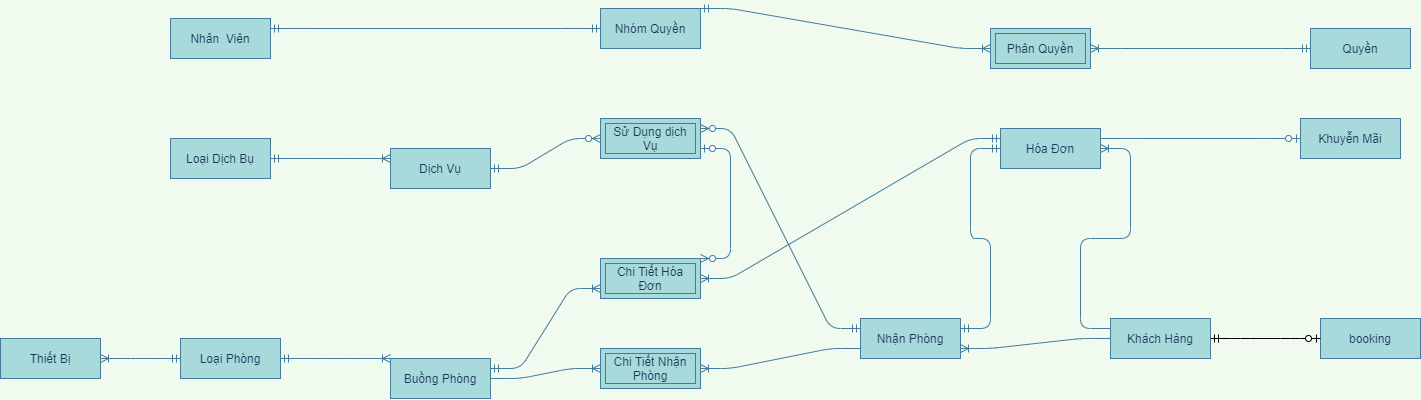
Above: EntityRelationship-QLKS.png in maialino123/QLKS (draw.io), before the change. Source tidied: cells renumbered, new cells last; positions are measured from the earlier drawing's top-left corner, leaving out a move shared by most shapes. Source of this version:
```xml
<mxGraphModel background="#F1FAEE">
  <root>
    <mxCell id="0" />
    <mxCell id="1" parent="0" />
    <mxCell id="2" style="edgeStyle=entityRelationEdgeStyle;fontSize=12;html=1;endArrow=ERoneToMany;startArrow=ERmandOne;strokeColor=#457B9D;fillColor=#A8DADC;labelBackgroundColor=#F1FAEE;fontColor=#1D3557;exitX=1;exitY=0.5;exitDx=0;exitDy=0;entryX=0;entryY=0;entryDx=0;entryDy=0;" parent="1" edge="1" source="30" target="31">
      <mxGeometry relative="1" as="geometry" />
    </mxCell>
    <mxCell id="3" style="edgeStyle=entityRelationEdgeStyle;fontSize=12;html=1;endArrow=ERoneToMany;strokeColor=#457B9D;fillColor=#A8DADC;entryX=1;entryY=0.5;entryDx=0;entryDy=0;labelBackgroundColor=#F1FAEE;fontColor=#1D3557;exitX=0;exitY=0.75;exitDx=0;exitDy=0;" parent="1" edge="1" source="32" target="4">
      <mxGeometry relative="1" as="geometry" />
    </mxCell>
    <mxCell id="4" value="Chi Tiết Nhận Phòng" style="shape=ext;margin=3;double=1;whiteSpace=wrap;html=1;align=center;strokeColor=#457B9D;fillColor=#A8DADC;fontColor=#1D3557;" parent="1" vertex="1">
      <mxGeometry x="600" y="340" width="100" height="40" as="geometry" />
    </mxCell>
    <mxCell id="5" style="edgeStyle=entityRelationEdgeStyle;fontSize=12;html=1;endArrow=ERoneToMany;strokeColor=#457B9D;fillColor=#A8DADC;entryX=0;entryY=0.5;entryDx=0;entryDy=0;labelBackgroundColor=#F1FAEE;fontColor=#1D3557;exitX=1;exitY=0.5;exitDx=0;exitDy=0;" parent="1" edge="1" source="31" target="4">
      <mxGeometry relative="1" as="geometry" />
    </mxCell>
    <mxCell id="6" style="edgeStyle=entityRelationEdgeStyle;fontSize=12;html=1;endArrow=ERoneToMany;strokeColor=#457B9D;fillColor=#A8DADC;labelBackgroundColor=#F1FAEE;fontColor=#1D3557;entryX=1;entryY=0.75;entryDx=0;entryDy=0;exitX=0;exitY=0.5;exitDx=0;exitDy=0;" parent="1" edge="1" source="33" target="32">
      <mxGeometry relative="1" as="geometry" />
    </mxCell>
    <mxCell id="7" style="edgeStyle=entityRelationEdgeStyle;fontSize=12;html=1;endArrow=ERoneToMany;strokeColor=#457B9D;fillColor=#A8DADC;labelBackgroundColor=#F1FAEE;fontColor=#1D3557;exitX=0;exitY=0.25;exitDx=0;exitDy=0;entryX=1;entryY=0.5;entryDx=0;entryDy=0;" parent="1" edge="1" source="33" target="34">
      <mxGeometry relative="1" as="geometry" />
    </mxCell>
    <mxCell id="8" style="edgeStyle=entityRelationEdgeStyle;fontSize=12;html=1;endArrow=ERmandOne;startArrow=ERmandOne;strokeColor=#457B9D;fillColor=#A8DADC;labelBackgroundColor=#F1FAEE;fontColor=#1D3557;exitX=1;exitY=0.25;exitDx=0;exitDy=0;entryX=0;entryY=0.5;entryDx=0;entryDy=0;" parent="1" edge="1" source="32" target="34">
      <mxGeometry relative="1" as="geometry" />
    </mxCell>
    <mxCell id="9" value="Chi Tiết Hóa Đơn" style="shape=ext;margin=3;double=1;whiteSpace=wrap;html=1;align=center;strokeColor=#457B9D;fillColor=#A8DADC;fontColor=#1D3557;" parent="1" vertex="1">
      <mxGeometry x="600" y="250" width="100" height="40" as="geometry" />
    </mxCell>
    <mxCell id="10" style="edgeStyle=entityRelationEdgeStyle;fontSize=12;html=1;endArrow=ERoneToMany;startArrow=ERmandOne;strokeColor=#457B9D;fillColor=#A8DADC;entryX=1;entryY=0.5;entryDx=0;entryDy=0;labelBackgroundColor=#F1FAEE;fontColor=#1D3557;exitX=0;exitY=0.25;exitDx=0;exitDy=0;" parent="1" edge="1" source="34" target="9">
      <mxGeometry relative="1" as="geometry" />
    </mxCell>
    <mxCell id="11" style="edgeStyle=entityRelationEdgeStyle;fontSize=12;html=1;endArrow=ERzeroToOne;endFill=1;strokeColor=#457B9D;fillColor=#A8DADC;labelBackgroundColor=#F1FAEE;fontColor=#1D3557;entryX=0;entryY=0.5;entryDx=0;entryDy=0;exitX=1;exitY=0.25;exitDx=0;exitDy=0;" parent="1" edge="1" source="34" target="28">
      <mxGeometry relative="1" as="geometry" />
    </mxCell>
    <mxCell id="12" style="edgeStyle=entityRelationEdgeStyle;fontSize=12;html=1;endArrow=ERoneToMany;startArrow=ERmandOne;strokeColor=#457B9D;fillColor=#A8DADC;labelBackgroundColor=#F1FAEE;fontColor=#1D3557;entryX=1;entryY=0.5;entryDx=0;entryDy=0;exitX=0;exitY=0.5;exitDx=0;exitDy=0;" parent="1" edge="1" source="30" target="29">
      <mxGeometry relative="1" as="geometry" />
    </mxCell>
    <mxCell id="13" style="edgeStyle=entityRelationEdgeStyle;fontSize=12;html=1;endArrow=ERoneToMany;startArrow=ERmandOne;labelBackgroundColor=#F1FAEE;strokeColor=#457B9D;fontColor=#1D3557;exitX=1;exitY=0.5;exitDx=0;exitDy=0;entryX=0;entryY=0.25;entryDx=0;entryDy=0;" parent="1" edge="1" source="26" target="27">
      <mxGeometry relative="1" as="geometry" />
    </mxCell>
    <mxCell id="14" style="edgeStyle=entityRelationEdgeStyle;fontSize=12;html=1;endArrow=ERzeroToMany;startArrow=ERmandOne;entryX=0;entryY=0.5;entryDx=0;entryDy=0;labelBackgroundColor=#F1FAEE;strokeColor=#457B9D;fontColor=#1D3557;exitX=1;exitY=0.5;exitDx=0;exitDy=0;" parent="1" edge="1" source="27" target="15">
      <mxGeometry relative="1" as="geometry" />
    </mxCell>
    <mxCell id="15" value="Sử Dụng dịch Vụ" style="shape=ext;margin=3;double=1;whiteSpace=wrap;html=1;align=center;strokeColor=#457B9D;fillColor=#A8DADC;fontColor=#1D3557;" parent="1" vertex="1">
      <mxGeometry x="600" y="110" width="100" height="40" as="geometry" />
    </mxCell>
    <mxCell id="16" style="edgeStyle=entityRelationEdgeStyle;fontSize=12;html=1;endArrow=ERzeroToMany;startArrow=ERmandOne;entryX=1;entryY=0.25;entryDx=0;entryDy=0;labelBackgroundColor=#F1FAEE;strokeColor=#457B9D;fontColor=#1D3557;exitX=0;exitY=0.25;exitDx=0;exitDy=0;" parent="1" edge="1" source="32" target="15">
      <mxGeometry relative="1" as="geometry" />
    </mxCell>
    <mxCell id="17" style="edgeStyle=entityRelationEdgeStyle;fontSize=12;html=1;endArrow=ERoneToMany;startArrow=ERmandOne;strokeColor=#457B9D;fillColor=#A8DADC;entryX=0;entryY=0.75;entryDx=0;entryDy=0;exitX=1;exitY=0.25;exitDx=0;exitDy=0;" parent="1" edge="1" source="31" target="9">
      <mxGeometry relative="1" as="geometry" />
    </mxCell>
    <mxCell id="18" style="edgeStyle=entityRelationEdgeStyle;fontSize=12;html=1;endArrow=ERzeroToMany;startArrow=ERzeroToOne;strokeColor=#457B9D;fillColor=#A8DADC;exitX=1;exitY=0.75;exitDx=0;exitDy=0;entryX=1;entryY=0;entryDx=0;entryDy=0;" parent="1" edge="1" source="15" target="9">
      <mxGeometry relative="1" as="geometry" />
    </mxCell>
    <mxCell id="19" style="edgeStyle=entityRelationEdgeStyle;fontSize=12;html=1;endArrow=ERoneToMany;startArrow=ERmandOne;labelBackgroundColor=#F1FAEE;strokeColor=#457B9D;fontColor=#1D3557;entryX=1;entryY=0.5;entryDx=0;entryDy=0;exitX=0;exitY=0.5;exitDx=0;exitDy=0;" parent="1" edge="1" source="24" target="20">
      <mxGeometry relative="1" as="geometry" />
    </mxCell>
    <mxCell id="20" value="Phân Quyền" style="shape=ext;margin=3;double=1;whiteSpace=wrap;html=1;align=center;strokeColor=#457B9D;fillColor=#A8DADC;fontColor=#1D3557;" parent="1" vertex="1">
      <mxGeometry x="990" y="20" width="100" height="40" as="geometry" />
    </mxCell>
    <mxCell id="21" style="edgeStyle=entityRelationEdgeStyle;fontSize=12;html=1;endArrow=ERoneToMany;startArrow=ERmandOne;labelBackgroundColor=#F1FAEE;strokeColor=#457B9D;fontColor=#1D3557;exitX=1;exitY=0;exitDx=0;exitDy=0;entryX=0;entryY=0.5;entryDx=0;entryDy=0;" parent="1" edge="1" source="23" target="20">
      <mxGeometry relative="1" as="geometry" />
    </mxCell>
    <mxCell id="22" style="edgeStyle=entityRelationEdgeStyle;fontSize=12;html=1;endArrow=ERmandOne;startArrow=ERmandOne;strokeColor=#457B9D;fillColor=#A8DADC;exitX=1;exitY=0.25;exitDx=0;exitDy=0;entryX=0;entryY=0.5;entryDx=0;entryDy=0;" parent="1" edge="1" source="25" target="23">
      <mxGeometry relative="1" as="geometry" />
    </mxCell>
    <mxCell id="23" value="Nhóm Quyền" style="whiteSpace=wrap;html=1;align=center;rounded=0;sketch=0;strokeColor=#457B9D;fillColor=#A8DADC;fontColor=#1D3557;" parent="1" vertex="1">
      <mxGeometry x="600" width="100" height="40" as="geometry" />
    </mxCell>
    <mxCell id="24" value="Quyền" style="whiteSpace=wrap;html=1;align=center;rounded=0;sketch=0;strokeColor=#457B9D;fillColor=#A8DADC;fontColor=#1D3557;" parent="1" vertex="1">
      <mxGeometry x="1310" y="20" width="100" height="40" as="geometry" />
    </mxCell>
    <mxCell id="25" value="Nhân&amp;nbsp; Viên" style="whiteSpace=wrap;html=1;align=center;rounded=0;sketch=0;strokeColor=#457B9D;fillColor=#A8DADC;fontColor=#1D3557;" parent="1" vertex="1">
      <mxGeometry x="170" y="10" width="100" height="40" as="geometry" />
    </mxCell>
    <mxCell id="26" value="Loại Dịch Bụ" style="whiteSpace=wrap;html=1;align=center;rounded=0;sketch=0;strokeColor=#457B9D;fillColor=#A8DADC;fontColor=#1D3557;" parent="1" vertex="1">
      <mxGeometry x="170" y="130" width="100" height="40" as="geometry" />
    </mxCell>
    <mxCell id="27" value="Dịch Vụ" style="whiteSpace=wrap;html=1;align=center;rounded=0;sketch=0;strokeColor=#457B9D;fillColor=#A8DADC;fontColor=#1D3557;" parent="1" vertex="1">
      <mxGeometry x="390" y="140" width="100" height="40" as="geometry" />
    </mxCell>
    <mxCell id="28" value="Khuyễn Mãi" style="whiteSpace=wrap;html=1;align=center;rounded=0;sketch=0;strokeColor=#457B9D;fillColor=#A8DADC;fontColor=#1D3557;" parent="1" vertex="1">
      <mxGeometry x="1300" y="110" width="100" height="40" as="geometry" />
    </mxCell>
    <mxCell id="29" value="Thiết Bị" style="whiteSpace=wrap;html=1;align=center;rounded=0;sketch=0;strokeColor=#457B9D;fillColor=#A8DADC;fontColor=#1D3557;" parent="1" vertex="1">
      <mxGeometry y="330" width="100" height="40" as="geometry" />
    </mxCell>
    <mxCell id="30" value="Loại Phòng" style="whiteSpace=wrap;html=1;align=center;rounded=0;sketch=0;strokeColor=#457B9D;fillColor=#A8DADC;fontColor=#1D3557;" parent="1" vertex="1">
      <mxGeometry x="180" y="330" width="100" height="40" as="geometry" />
    </mxCell>
    <mxCell id="31" value="Buồng Phòng" style="whiteSpace=wrap;html=1;align=center;rounded=0;sketch=0;strokeColor=#457B9D;fillColor=#A8DADC;fontColor=#1D3557;" parent="1" vertex="1">
      <mxGeometry x="390" y="350" width="100" height="40" as="geometry" />
    </mxCell>
    <mxCell id="32" value="Nhận Phòng" style="whiteSpace=wrap;html=1;align=center;rounded=0;sketch=0;strokeColor=#457B9D;fillColor=#A8DADC;fontColor=#1D3557;" parent="1" vertex="1">
      <mxGeometry x="860" y="310" width="100" height="40" as="geometry" />
    </mxCell>
    <mxCell id="33" value="Khách Hàng" style="whiteSpace=wrap;html=1;align=center;rounded=0;sketch=0;strokeColor=#457B9D;fillColor=#A8DADC;fontColor=#1D3557;" parent="1" vertex="1">
      <mxGeometry x="1110" y="310" width="100" height="40" as="geometry" />
    </mxCell>
    <mxCell id="34" value="Hóa Đơn" style="whiteSpace=wrap;html=1;align=center;rounded=0;sketch=0;strokeColor=#457B9D;fillColor=#A8DADC;fontColor=#1D3557;" parent="1" vertex="1">
      <mxGeometry x="1000" y="120" width="100" height="40" as="geometry" />
    </mxCell>
    <mxCell id="35" value="booking" style="whiteSpace=wrap;html=1;align=center;rounded=0;sketch=0;strokeColor=#457B9D;fillColor=#A8DADC;fontColor=#1D3557;" parent="1" vertex="1">
      <mxGeometry x="1320" y="310" width="100" height="40" as="geometry" />
    </mxCell>
    <mxCell id="36" style="edgeStyle=entityRelationEdgeStyle;fontSize=12;html=1;endArrow=ERzeroToOne;startArrow=ERmandOne;exitX=1;exitY=0.5;exitDx=0;exitDy=0;" parent="1" edge="1" source="33" target="35">
      <mxGeometry relative="1" as="geometry" />
    </mxCell>
  </root>
</mxGraphModel>
```
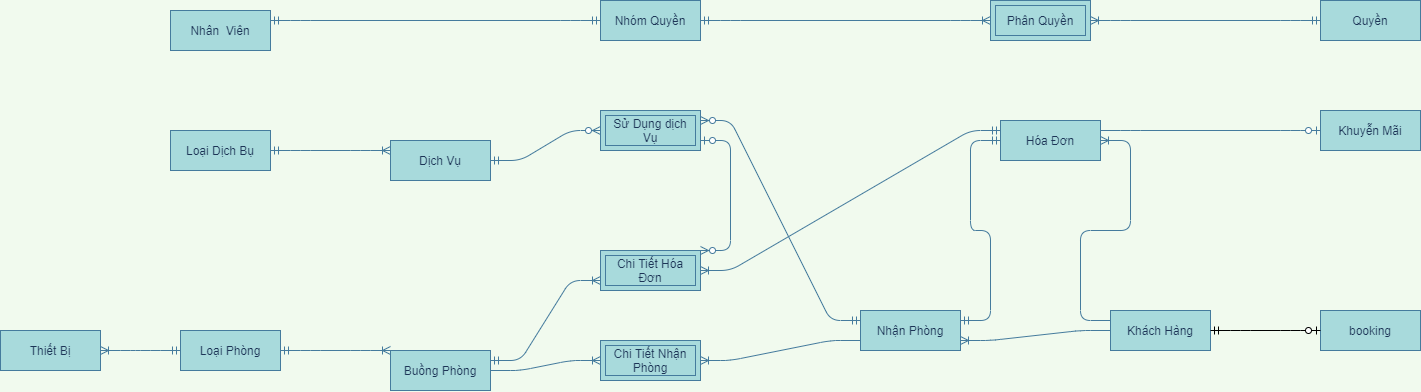
After the change.

Change to the diagram source:
```diff
@@ -57,9 +57,9 @@
       <mxGeometry relative="1" as="geometry" />
     </mxCell>
     <mxCell id="20" value="Phân Quyền" style="shape=ext;margin=3;double=1;whiteSpace=wrap;html=1;align=center;strokeColor=#457B9D;fillColor=#A8DADC;fontColor=#1D3557;" parent="1" vertex="1">
-      <mxGeometry x="990" y="20" width="100" height="40" as="geometry" />
+      <mxGeometry x="990" width="100" height="40" as="geometry" />
     </mxCell>
-    <mxCell id="21" style="edgeStyle=entityRelationEdgeStyle;fontSize=12;html=1;endArrow=ERoneToMany;startArrow=ERmandOne;labelBackgroundColor=#F1FAEE;strokeColor=#457B9D;fontColor=#1D3557;exitX=1;exitY=0;exitDx=0;exitDy=0;entryX=0;entryY=0.5;entryDx=0;entryDy=0;" parent="1" edge="1" source="23" target="20">
+    <mxCell id="21" style="edgeStyle=entityRelationEdgeStyle;fontSize=12;html=1;endArrow=ERoneToMany;startArrow=ERmandOne;labelBackgroundColor=#F1FAEE;strokeColor=#457B9D;fontColor=#1D3557;exitX=1;exitY=0.5;exitDx=0;exitDy=0;entryX=0;entryY=0.5;entryDx=0;entryDy=0;" parent="1" edge="1" source="23" target="20">
       <mxGeometry relative="1" as="geometry" />
     </mxCell>
     <mxCell id="22" style="edgeStyle=entityRelationEdgeStyle;fontSize=12;html=1;endArrow=ERmandOne;startArrow=ERmandOne;strokeColor=#457B9D;fillColor=#A8DADC;exitX=1;exitY=0.25;exitDx=0;exitDy=0;entryX=0;entryY=0.5;entryDx=0;entryDy=0;" parent="1" edge="1" source="25" target="23">
@@ -69,7 +69,7 @@
       <mxGeometry x="600" width="100" height="40" as="geometry" />
     </mxCell>
     <mxCell id="24" value="Quyền" style="whiteSpace=wrap;html=1;align=center;rounded=0;sketch=0;strokeColor=#457B9D;fillColor=#A8DADC;fontColor=#1D3557;" parent="1" vertex="1">
-      <mxGeometry x="1310" y="20" width="100" height="40" as="geometry" />
+      <mxGeometry x="1320" width="100" height="40" as="geometry" />
     </mxCell>
     <mxCell id="25" value="Nhân&amp;nbsp; Viên" style="whiteSpace=wrap;html=1;align=center;rounded=0;sketch=0;strokeColor=#457B9D;fillColor=#A8DADC;fontColor=#1D3557;" parent="1" vertex="1">
       <mxGeometry x="170" y="10" width="100" height="40" as="geometry" />
@@ -81,7 +81,7 @@
       <mxGeometry x="390" y="140" width="100" height="40" as="geometry" />
     </mxCell>
     <mxCell id="28" value="Khuyễn Mãi" style="whiteSpace=wrap;html=1;align=center;rounded=0;sketch=0;strokeColor=#457B9D;fillColor=#A8DADC;fontColor=#1D3557;" parent="1" vertex="1">
-      <mxGeometry x="1300" y="110" width="100" height="40" as="geometry" />
+      <mxGeometry x="1320" y="110" width="100" height="40" as="geometry" />
     </mxCell>
     <mxCell id="29" value="Thiết Bị" style="whiteSpace=wrap;html=1;align=center;rounded=0;sketch=0;strokeColor=#457B9D;fillColor=#A8DADC;fontColor=#1D3557;" parent="1" vertex="1">
       <mxGeometry y="330" width="100" height="40" as="geometry" />
```
